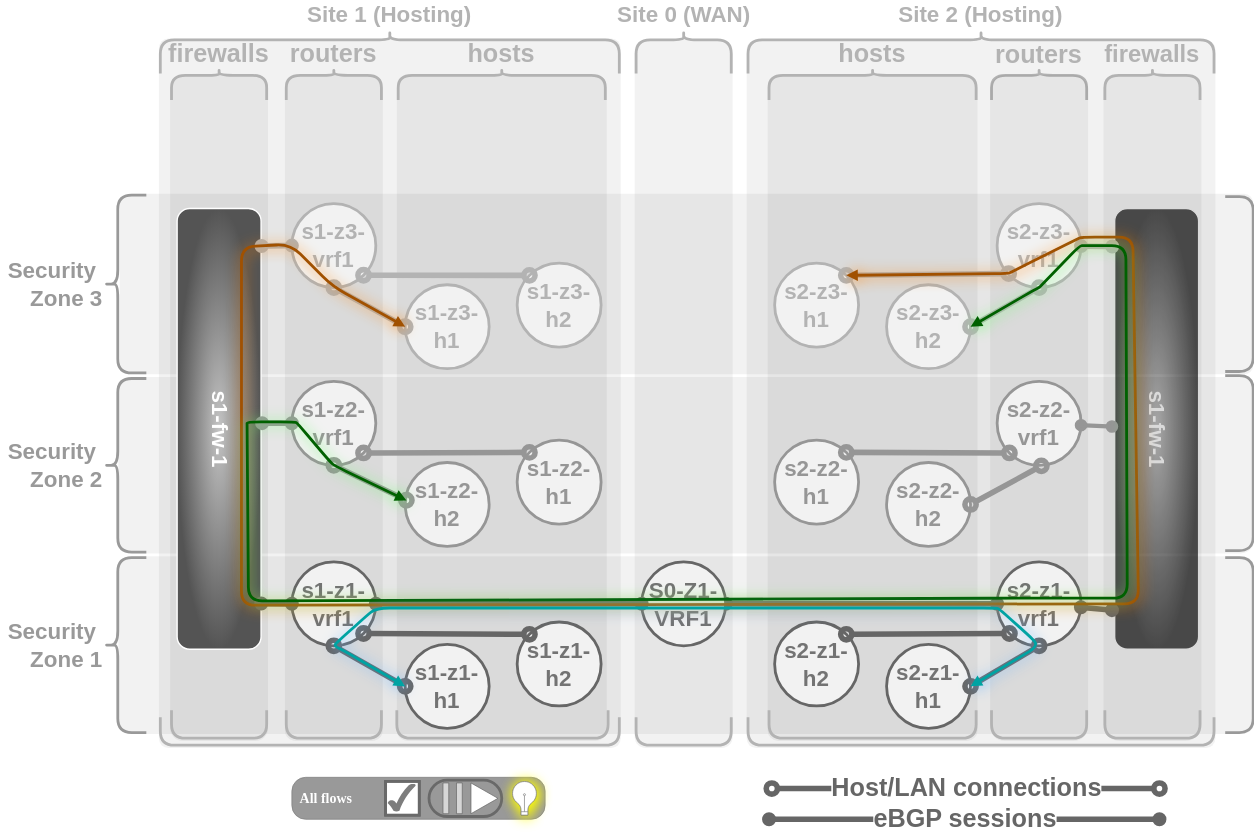
menckend/alpha keeps this draw.io diagram as pages/1/3(ecmp-symmetric)/casestudy-1-1b.drawio.svg. Above is the earlier version. Source tidied: cells renumbered, new cells last; positions are measured from the earlier drawing's top-left corner, leaving out a move shared by most shapes.
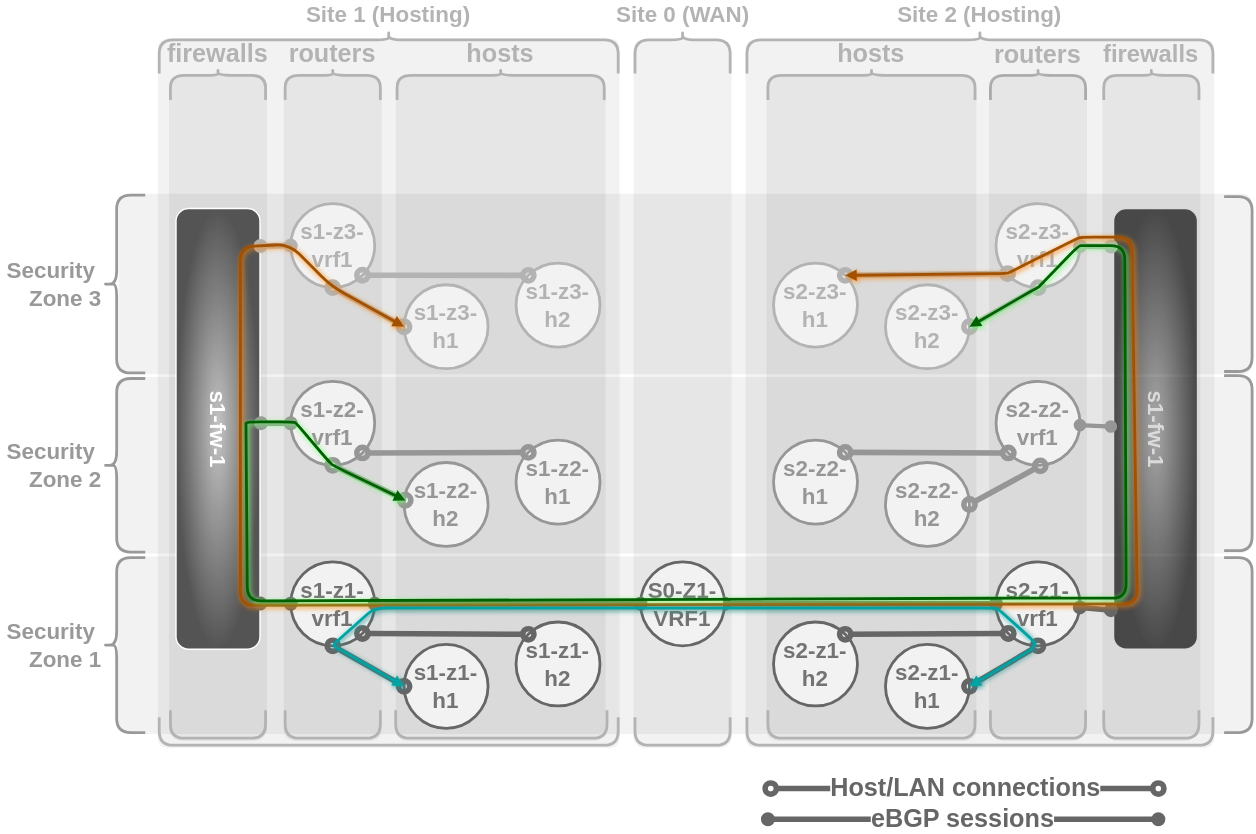
Above is the later version.

The edit, as a diff of the source:
```diff
@@ -1,39 +1,6 @@
 <mxGraphModel>
   <root>
     <mxCell id="0" />
-    <mxCell id="1" value="Interactive Controls" parent="0" />
-    <mxCell id="2" value="All flows" style="fillColor=#999999;strokeColor=#7D7D7D;rounded=1;arcSize=33;sketch=0;hachureGap=4;fontFamily=Lucida Console;fontSize=10;fontColor=#FFFFFF;spacingBottom=0;align=left;spacingLeft=6;strokeWidth=0.5;shadow=0;flowAnimation=0;fontStyle=1;shadowBlur=5;shadowColor=#FFFF00;shadowOpacity=100;shadowOffsetY=1;shadowOffsetX=1;spacing=0;" parent="1" vertex="1">
-      <mxGeometry x="134" y="533" width="181" height="30" as="geometry" />
-    </mxCell>
-    <mxCell id="3" style="whiteSpace=wrap;html=1;fontSize=20;fontFamily=Architects Daughter;fillColor=#ffffff;strokeColor=#5E5E5E;sketch=0;hachureGap=4;fontSource=https%3A%2F%2Ffonts.googleapis.com%2Fcss%3Ffamily%3DArchitects%2BDaughter;flowAnimation=0;strokeWidth=2;" parent="2" vertex="1">
-      <mxGeometry x="1" y="0.5" width="24" height="24" relative="1" as="geometry">
-        <mxPoint x="-114" y="-12" as="offset" />
-      </mxGeometry>
-    </mxCell>
-    <mxCell id="4" style="group;flowAnimation=0;strokeColor=none;" parent="2" vertex="1">
-      <mxGeometry x="67" y="3" width="24" height="24" as="geometry" />
-    </mxCell>
-    <mxCell id="5" style="whiteSpace=wrap;html=1;fontSize=20;fontFamily=Architects Daughter;fillColor=#ffffff;strokeColor=#696969;sketch=0;hachureGap=4;fontSource=https%3A%2F%2Ffonts.googleapis.com%2Fcss%3Ffamily%3DArchitects%2BDaughter;strokeWidth=2;" parent="4" vertex="1">
-      <mxGeometry width="24" height="24" as="geometry" />
-    </mxCell>
-    <mxCell id="6" style="verticalLabelPosition=bottom;verticalAlign=top;html=1;shape=mxgraph.basic.tick;fillColor=#7D7D7D;strokeColor=none;" parent="4" vertex="1">
-      <mxGeometry x="1.5" y="1.5" width="20" height="20" as="geometry" />
-    </mxCell>
-    <mxCell id="7" style="html=1;verticalLabelPosition=bottom;align=center;labelBackgroundColor=#ffffff;verticalAlign=top;strokeWidth=0.5;strokeColor=#666666;shadow=1;dashed=0;shape=mxgraph.ios7.icons.lightbulb;fillColor=#FFFFFF;shadowBlur=5;shadowColor=#FFFF00;shadowOpacity=100;shadowOffsetY=1;shadowOffsetX=1;flowAnimation=0;" parent="2" vertex="1">
-      <mxGeometry x="157" y="3" width="18.4" height="24" as="geometry" />
-    </mxCell>
-    <mxCell id="8" style="rounded=1;whiteSpace=wrap;html=1;strokeWidth=2;arcSize=50;strokeColor=#696969;fillColor=none;" parent="2" vertex="1">
-      <mxGeometry x="98" y="2" width="52" height="26" as="geometry" />
-    </mxCell>
-    <mxCell id="9" style="html=1;verticalLabelPosition=bottom;align=center;labelBackgroundColor=#ffffff;verticalAlign=top;strokeWidth=0.5;strokeColor=#666666;shadow=0;dashed=0;shape=mxgraph.ios7.icons.play;fillColor=#FFFFFF;flowAnimation=0;fontColor=#FFFFFF;lineColor=#D6D6D6;" parent="2" vertex="1">
-      <mxGeometry x="128" y="4" width="19.3" height="22" as="geometry" />
-    </mxCell>
-    <mxCell id="10" style="html=1;verticalLabelPosition=bottom;align=center;labelBackgroundColor=#ffffff;verticalAlign=top;strokeWidth=0.5;strokeColor=#666666;shadow=0;dashed=0;shape=mxgraph.ios7.icons.pause;fillColor=#D6D6D6;flowAnimation=0;" parent="2" vertex="1">
-      <mxGeometry x="108" y="4" width="13.8" height="22" as="geometry" />
-    </mxCell>
-    <mxCell id="11" style="html=1;verticalLabelPosition=bottom;align=center;labelBackgroundColor=#ffffff;verticalAlign=top;strokeWidth=0.5;strokeColor=#808080;shadow=1;dashed=0;shape=mxgraph.ios7.icons.lightbulb;fillColor=#FFFFFF;shadowBlur=5;shadowColor=#FFFF00;shadowOpacity=100;shadowOffsetY=1;shadowOffsetX=1;flowAnimation=0;" parent="2" vertex="1">
-      <mxGeometry x="157" y="3" width="18.4" height="24" as="geometry" />
-    </mxCell>
     <mxCell id="12" value="Diagram" parent="0" />
     <mxCell id="13" value="s1-fw-1" style="rounded=1;whiteSpace=wrap;html=1;textDirection=vertical-lr;gradientColor=#545454;fillColor=#C4C4C4;strokeColor=#FFFFFF;fontColor=#FFFFFF;fontSize=16;fontStyle=1;gradientDirection=radial;" parent="12" vertex="1">
       <mxGeometry x="52" y="126.5" width="60" height="315" as="geometry" />
@@ -287,7 +254,7 @@
     <mxCell id="92" value="Site 0 (WAN)" style="shape=curlyBracket;html=1;rounded=1;labelPosition=center;verticalLabelPosition=top;align=center;verticalAlign=bottom;rotation=0;strokeWidth=2;strokeColor=#B3B3B3;size=0.2;direction=south;fontSize=16;fontColor=#B3B3B3;fontStyle=1;" parent="12" vertex="1">
       <mxGeometry x="380" width="68" height="30" as="geometry" />
     </mxCell>
-    <mxCell id="93" style="endArrow=block;startArrow=block;html=1;strokeWidth=2;strokeColor=#A15100;startFill=1;endFill=1;fontSize=18;fontStyle=1;fontColor=#666666;flowAnimation=0;backgroundOutline=0;flowAnimationDuration=750;flowAnimationDirection=normal;fixDash=0;flowAnimationTimingFunction=linear;endSize=3;startSize=3;rounded=1;curved=0;shadow=1;exitX=0;exitY=0.5;exitDx=0;exitDy=0;orthogonal=0;comic=0;shadowColor=#FF8000;shadowOpacity=100;shadowOffsetX=1;shadowOffsetY=1;shadowBlur=5;fillOpacity=100;entryX=1;entryY=0;entryDx=0;entryDy=0;" parent="12" edge="1" source="76" target="37">
+    <mxCell id="93" style="endArrow=block;startArrow=block;html=1;strokeWidth=2;strokeColor=#A15100;startFill=1;endFill=1;fontSize=18;fontStyle=1;fontColor=#666666;flowAnimation=0;backgroundOutline=0;flowAnimationDuration=750;flowAnimationDirection=alternate;fixDash=0;flowAnimationTimingFunction=linear;endSize=3;startSize=3;rounded=1;curved=0;shadow=1;exitX=0;exitY=0.5;exitDx=0;exitDy=0;orthogonal=0;comic=0;shadowColor=#FF8000;shadowOpacity=100;shadowOffsetX=1;shadowOffsetY=1;shadowBlur=2;fillOpacity=100;entryX=1;entryY=0;entryDx=0;entryDy=0;" parent="12" edge="1" source="76" target="37">
       <mxGeometry relative="1" as="geometry">
         <Array as="points">
           <mxPoint x="163" y="182" />
@@ -303,7 +270,7 @@
         </Array>
       </mxGeometry>
     </mxCell>
-    <mxCell id="94" style="endArrow=block;startArrow=block;html=1;strokeWidth=2;strokeColor=#006100;startFill=1;endFill=1;fontSize=18;fontStyle=1;fontColor=#666666;flowAnimation=0;backgroundOutline=0;flowAnimationDuration=750;flowAnimationDirection=alternate;fixDash=0;flowAnimationTimingFunction=linear;endSize=3;startSize=3;rounded=1;shadow=1;shadowBlur=5;shadowColor=#66FF66;shadowOpacity=100;shadowOffsetY=1;shadowOffsetX=1;curved=0;entryX=0.015;entryY=0.453;entryDx=0;entryDy=0;exitX=1;exitY=0.5;exitDx=0;exitDy=0;entryPerimeter=0;" parent="12" edge="1" source="39" target="63">
+    <mxCell id="94" style="endArrow=block;startArrow=block;html=1;strokeWidth=2;strokeColor=#006100;startFill=1;endFill=1;fontSize=18;fontStyle=1;fontColor=#666666;flowAnimation=0;backgroundOutline=0;flowAnimationDuration=750;flowAnimationDirection=alternate;fixDash=0;flowAnimationTimingFunction=linear;endSize=3;startSize=3;rounded=1;shadow=1;shadowBlur=2;shadowColor=#66FF66;shadowOpacity=100;shadowOffsetY=1;shadowOffsetX=1;curved=0;entryX=0.015;entryY=0.453;entryDx=0;entryDy=0;exitX=1;exitY=0.5;exitDx=0;exitDy=0;entryPerimeter=0;" parent="12" edge="1" source="39" target="63">
       <mxGeometry relative="1" as="geometry">
         <Array as="points">
           <mxPoint x="664" y="185" />
@@ -324,7 +291,7 @@
         </Array>
       </mxGeometry>
     </mxCell>
-    <mxCell id="95" style="endArrow=block;startArrow=block;html=1;strokeWidth=2;strokeColor=#00A3A3;startFill=1;endFill=1;fontSize=18;fontStyle=1;fontColor=#666666;flowAnimation=0;backgroundOutline=0;flowAnimationDuration=750;flowAnimationDirection=alternate;fixDash=0;flowAnimationTimingFunction=linear;endSize=3;startSize=3;rounded=1;shadow=1;shadowBlur=5;shadowColor=#66B2FF;shadowOpacity=100;shadowOffsetY=1;shadowOffsetX=1;entryX=0;entryY=0.5;entryDx=0;entryDy=0;curved=0;exitX=1;exitY=0.5;exitDx=0;exitDy=0;" parent="12" edge="1" source="25" target="68">
+    <mxCell id="95" style="endArrow=block;startArrow=block;html=1;strokeWidth=2;strokeColor=#00A3A3;startFill=1;endFill=1;fontSize=18;fontStyle=1;fontColor=#666666;flowAnimation=0;backgroundOutline=0;flowAnimationDuration=750;flowAnimationDirection=alternate;fixDash=0;flowAnimationTimingFunction=linear;endSize=3;startSize=3;rounded=1;shadow=1;shadowBlur=2;shadowColor=#1E9696;shadowOpacity=100;shadowOffsetY=1;shadowOffsetX=1;entryX=0;entryY=0.5;entryDx=0;entryDy=0;curved=0;exitX=1;exitY=0.5;exitDx=0;exitDy=0;" parent="12" edge="1" source="25" target="68">
       <mxGeometry relative="1" as="geometry">
         <Array as="points">
           <mxPoint x="668" y="439" />
```
